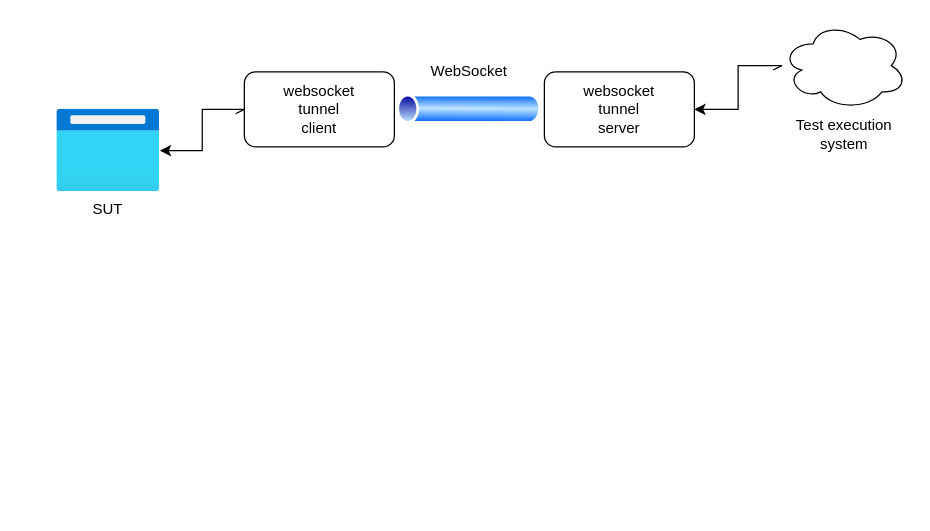
This is page "tstunnel" (1 of 2) of docs/design_doc.drawio from hgsgtk/tunnel-proxy, a draw.io file, before an edit. Source tidied: cells renumbered, new cells numbered last; positions are measured from the earlier drawing's top-left corner, leaving out a move shared by most shapes. Both pictures are drawn from the tidied source at 125%, with x=0, y=0 at pixel (56, 21).
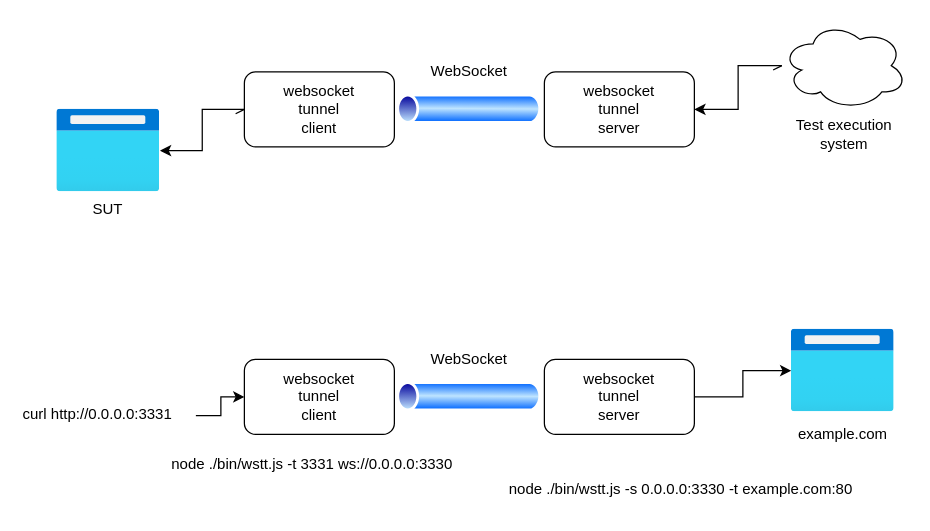
The same page after the edit.

Commit message (it also covers changes not shown here):
doc: tru and error 'request passing client -> server'

Change to the diagram source:
```diff
@@
+    <mxCell id="12" value="node ./bin/wstt.js -s 0.0.0.0:3330 -t example.com:80" style="text;whiteSpace=wrap;html=1;" parent="1" vertex="1">
+      <mxGeometry x="360" y="360" width="300" height="30" as="geometry" />
+    </mxCell>
+    <mxCell id="13" value="websocket&lt;br&gt;tunnel&lt;br&gt;client" style="rounded=1;whiteSpace=wrap;html=1;" parent="1" vertex="1">
+      <mxGeometry x="150" y="270" width="120" height="60" as="geometry" />
+    </mxCell>
+    <mxCell id="14" style="edgeStyle=orthogonalEdgeStyle;rounded=0;jettySize=auto;html=1;" parent="1" edge="1" source="15" target="18">
+      <mxGeometry relative="1" as="geometry" />
+    </mxCell>
+    <mxCell id="15" value="websocket&lt;br&gt;tunnel&lt;br&gt;server" style="rounded=1;whiteSpace=wrap;html=1;" parent="1" vertex="1">
+      <mxGeometry x="390" y="270" width="120" height="60" as="geometry" />
+    </mxCell>
+    <mxCell id="16" style="perimeter=ellipsePerimeter;html=1;align=center;shadow=0;dashed=0;spacingTop=3;image;image=img/lib/active_directory/tunnel.svg;" parent="1" vertex="1">
+      <mxGeometry x="270" y="288" width="120" height="24" as="geometry" />
+    </mxCell>
+    <mxCell id="17" value="WebSocket" style="text;html=1;strokeColor=none;fillColor=none;align=center;verticalAlign=middle;whiteSpace=wrap;rounded=0;" parent="1" vertex="1">
+      <mxGeometry x="310" y="260" width="40" height="20" as="geometry" />
+    </mxCell>
+    <mxCell id="18" style="html=1;points=[];align=center;image;fontSize=12;image=img/lib/azure2/general/Browser.svg;" parent="1" vertex="1">
+      <mxGeometry x="587.5" y="246" width="82.5" height="66" as="geometry" />
+    </mxCell>
+    <mxCell id="19" value="example.com" style="text;html=1;strokeColor=none;fillColor=none;align=center;verticalAlign=middle;whiteSpace=wrap;rounded=0;" parent="1" vertex="1">
+      <mxGeometry x="608.8" y="320" width="40" height="20" as="geometry" />
+    </mxCell>
+    <mxCell id="20" value="node ./bin/wstt.js -t 3331 ws://0.0.0.0:3330" style="text;whiteSpace=wrap;html=1;" parent="1" vertex="1">
+      <mxGeometry x="90" y="340" width="250" height="30" as="geometry" />
+    </mxCell>
+    <mxCell id="21" style="edgeStyle=orthogonalEdgeStyle;rounded=0;jettySize=auto;html=1;" parent="1" edge="1" source="22" target="13">
+      <mxGeometry relative="1" as="geometry" />
+    </mxCell>
+    <mxCell id="22" value="curl http://0.0.0.0:3331" style="text;whiteSpace=wrap;html=1;" parent="1" vertex="1">
+      <mxGeometry x="-28.8" y="300" width="140" height="30" as="geometry" />
+    </mxCell>
```
